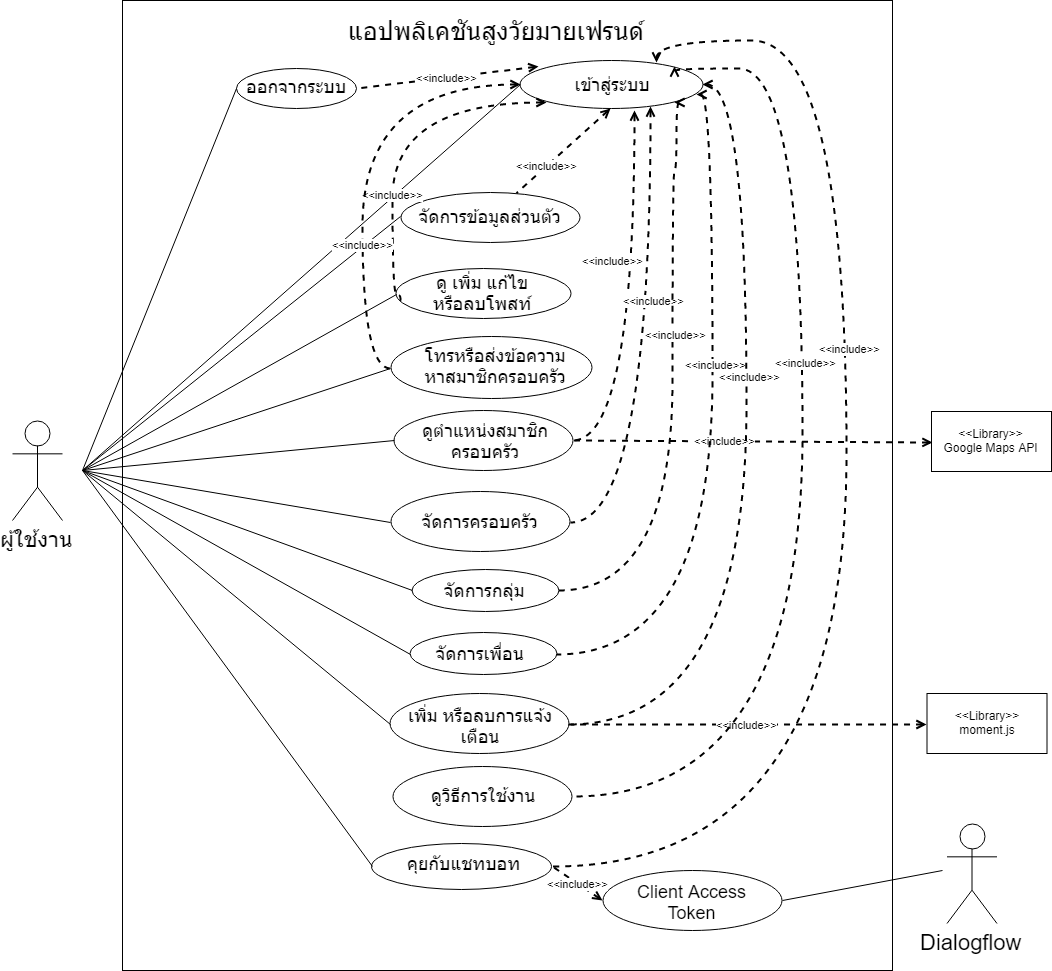
Before: Document/Latex/Figures/3/Usecase/Usecase.png, a diagram exported from draw.io (Inwfour/Latex). Source tidied: cells renumbered, new cells last; positions are measured from the earlier drawing's top-left corner, leaving out a move shared by most shapes.
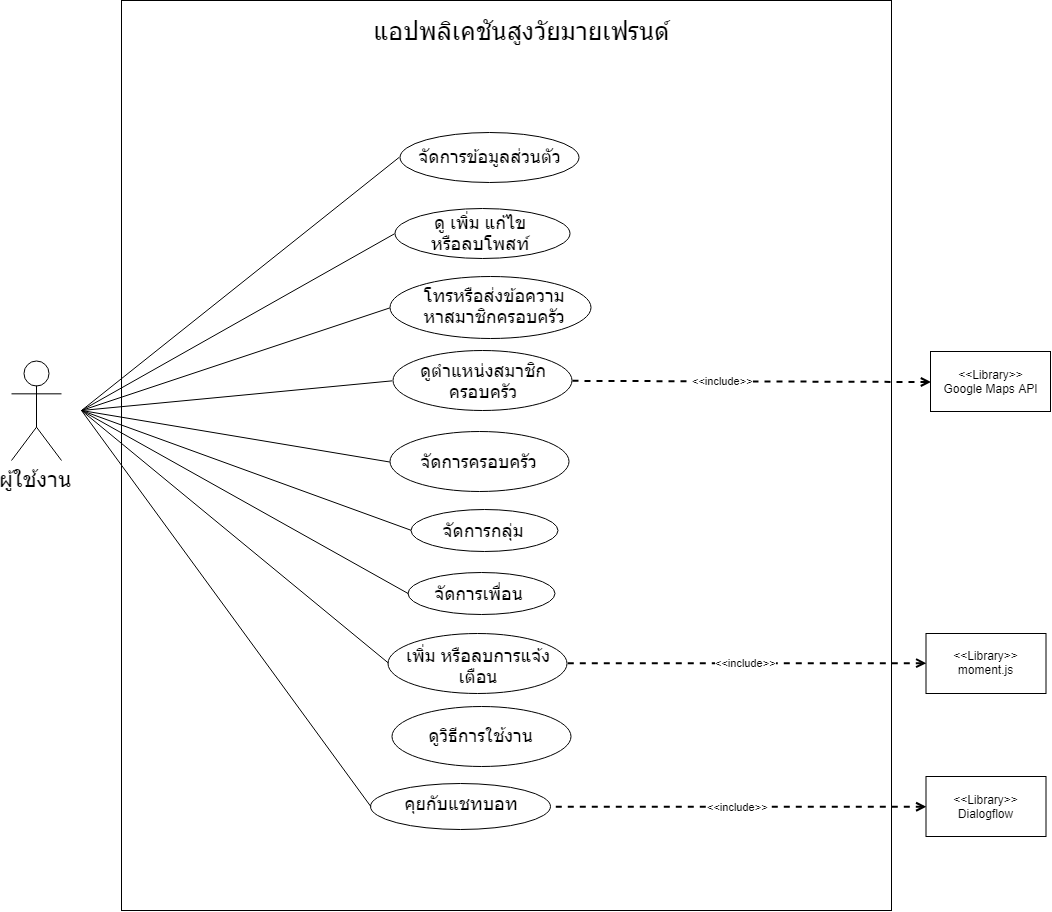
After the change.

Change to the diagram source:
```diff
@@ -3,24 +3,13 @@
     <mxCell id="0" />
     <mxCell id="1" parent="0" />
     <mxCell id="2" style="rounded=0;whiteSpace=wrap;html=1;" parent="1" vertex="1">
-      <mxGeometry x="110" width="770" height="970" as="geometry" />
+      <mxGeometry x="110" y="60" width="770" height="910" as="geometry" />
     </mxCell>
     <mxCell id="3" value="&lt;font style=&quot;font-size: 22px&quot;&gt;ผู้ใช้งาน&lt;/font&gt;" style="shape=umlActor;verticalLabelPosition=bottom;labelBackgroundColor=#ffffff;verticalAlign=top;html=1;" parent="1" vertex="1">
       <mxGeometry y="420" width="50" height="100" as="geometry" />
     </mxCell>
-    <mxCell id="4" style="ellipse;whiteSpace=wrap;html=1;" parent="1" vertex="1">
-      <mxGeometry x="507" y="60" width="183" height="48" as="geometry" />
-    </mxCell>
-    <mxCell id="5" value="&lt;font style=&quot;font-size: 18px&quot;&gt;เข้าสู่ระบบ&lt;/font&gt;" style="text;html=1;strokeColor=none;fillColor=none;align=center;verticalAlign=middle;whiteSpace=wrap;rounded=0;" parent="1" vertex="1">
-      <mxGeometry x="557" y="74" width="86" height="20" as="geometry" />
-    </mxCell>
-    <mxCell id="6" style="endArrow=none;html=1;entryX=0;entryY=0.5;entryDx=0;entryDy=0;" parent="1" edge="1" target="4">
-      <mxGeometry relative="1" as="geometry">
-        <mxPoint x="70" y="470" as="sourcePoint" />
-      </mxGeometry>
-    </mxCell>
     <mxCell id="7" value="&lt;font style=&quot;font-size: 25px&quot;&gt;แอปพลิเคชันสูงวัยมายเฟรนด์&lt;/font&gt;" style="text;html=1;strokeColor=none;fillColor=none;align=center;verticalAlign=middle;whiteSpace=wrap;rounded=0;" parent="1" vertex="1">
-      <mxGeometry x="328" y="20" width="310" height="20" as="geometry" />
+      <mxGeometry x="355.5" y="80" width="310" height="20" as="geometry" />
     </mxCell>
     <mxCell id="8" style="ellipse;whiteSpace=wrap;html=1;" parent="1" vertex="1">
       <mxGeometry x="388" y="191.5" width="179" height="50" as="geometry" />
@@ -33,20 +22,6 @@
         <mxPoint x="70" y="470" as="sourcePoint" />
       </mxGeometry>
     </mxCell>
-    <mxCell id="11" style="ellipse;whiteSpace=wrap;html=1;" parent="1" vertex="1">
-      <mxGeometry x="224" y="68" width="120" height="40" as="geometry" />
-    </mxCell>
-    <mxCell id="12" value="&lt;font style=&quot;font-size: 18px&quot;&gt;ออกจากระบบ&lt;/font&gt;" style="text;html=1;strokeColor=none;fillColor=none;align=center;verticalAlign=middle;whiteSpace=wrap;rounded=0;" parent="1" vertex="1">
-      <mxGeometry x="203" y="76" width="160" height="20" as="geometry" />
-    </mxCell>
-    <mxCell id="13" style="endArrow=none;html=1;entryX=0;entryY=0.5;entryDx=0;entryDy=0;" parent="1" edge="1" target="11">
-      <mxGeometry relative="1" as="geometry">
-        <mxPoint x="70" y="470" as="sourcePoint" />
-      </mxGeometry>
-    </mxCell>
-    <mxCell id="14" value="&amp;lt;&amp;lt;include&amp;gt;&amp;gt;" style="endArrow=none;endSize=16;endFill=0;html=1;strokeWidth=2;dashed=1;entryX=1;entryY=0.5;entryDx=0;entryDy=0;exitX=0.108;exitY=0.117;exitDx=0;exitDy=0;startArrow=open;startFill=0;exitPerimeter=0;" parent="1" edge="1" source="4" target="11">
-      <mxGeometry relative="1" as="geometry" />
-    </mxCell>
     <mxCell id="15" style="ellipse;whiteSpace=wrap;html=1;" parent="1" vertex="1">
       <mxGeometry x="383" y="268" width="175" height="50" as="geometry" />
     </mxCell>
@@ -75,23 +50,6 @@
     <mxCell id="22" value="&lt;font style=&quot;font-size: 18px&quot;&gt;ดูตำแหน่งสมาชิกครอบครัว&lt;/font&gt;" style="text;html=1;strokeColor=none;fillColor=none;align=center;verticalAlign=middle;whiteSpace=wrap;rounded=0;" parent="1" vertex="1">
       <mxGeometry x="394.5" y="431" width="156" height="20" as="geometry" />
     </mxCell>
-    <mxCell id="23" value="&lt;font style=&quot;font-size: 22px&quot;&gt;Dialogflow&lt;/font&gt;" style="shape=umlActor;verticalLabelPosition=bottom;labelBackgroundColor=#ffffff;verticalAlign=top;html=1;" parent="1" vertex="1">
-      <mxGeometry x="934.5" y="823" width="50" height="100" as="geometry" />
-    </mxCell>
-    <mxCell id="24" style="ellipse;whiteSpace=wrap;html=1;" parent="1" vertex="1">
-      <mxGeometry x="590" y="870" width="179" height="60" as="geometry" />
-    </mxCell>
-    <mxCell id="25" value="&lt;font style=&quot;font-size: 18px&quot;&gt;Client Access Token&lt;/font&gt;" style="text;html=1;strokeColor=none;fillColor=none;align=center;verticalAlign=middle;whiteSpace=wrap;rounded=0;" parent="1" vertex="1">
-      <mxGeometry x="610" y="891.5" width="139" height="20" as="geometry" />
-    </mxCell>
-    <mxCell id="26" value="&amp;lt;&amp;lt;include&amp;gt;&amp;gt;" style="endArrow=none;endSize=16;endFill=0;html=1;strokeWidth=2;dashed=1;entryX=1;entryY=0.5;entryDx=0;entryDy=0;exitX=0;exitY=0.5;exitDx=0;exitDy=0;startArrow=open;startFill=0;" parent="1" edge="1" source="24" target="18">
-      <mxGeometry relative="1" as="geometry" />
-    </mxCell>
-    <mxCell id="27" style="endArrow=none;html=1;strokeWidth=1;exitX=1;exitY=0.5;exitDx=0;exitDy=0;" parent="1" edge="1" source="24">
-      <mxGeometry relative="1" as="geometry">
-        <mxPoint x="930" y="870" as="targetPoint" />
-      </mxGeometry>
-    </mxCell>
     <mxCell id="28" style="ellipse;whiteSpace=wrap;html=1;" parent="1" vertex="1">
       <mxGeometry x="378" y="491" width="179" height="60" as="geometry" />
     </mxCell>
@@ -161,84 +119,6 @@
     <mxCell id="48" value="&lt;span style=&quot;font-size: 18px&quot;&gt;ดูวิธีการใช้งาน&lt;/span&gt;" style="text;html=1;strokeColor=none;fillColor=none;align=center;verticalAlign=middle;whiteSpace=wrap;rounded=0;" parent="1" vertex="1">
       <mxGeometry x="391.5" y="785" width="156" height="20" as="geometry" />
     </mxCell>
-    <mxCell id="49" value="&amp;lt;&amp;lt;include&amp;gt;&amp;gt;" style="endArrow=none;endSize=16;endFill=0;html=1;strokeWidth=2;dashed=1;startArrow=open;startFill=0;exitX=0.5;exitY=1;exitDx=0;exitDy=0;" parent="1" edge="1" source="4" target="8">
-      <mxGeometry x="0.35" relative="1" as="geometry" />
-    </mxCell>
-    <mxCell id="50" value="&amp;lt;&amp;lt;include&amp;gt;&amp;gt;" style="endArrow=none;endSize=16;endFill=0;html=1;strokeWidth=2;dashed=1;startArrow=open;startFill=0;edgeStyle=orthogonalEdgeStyle;curved=1;entryX=0.021;entryY=0.671;entryDx=0;entryDy=0;entryPerimeter=0;exitX=0;exitY=1;exitDx=0;exitDy=0;" parent="1" edge="1" source="4" target="15">
-      <mxGeometry x="0.35" relative="1" as="geometry">
-        <Array as="points">
-          <mxPoint x="380" y="101" />
-          <mxPoint x="380" y="293" />
-          <mxPoint x="387" y="293" />
-        </Array>
-      </mxGeometry>
-    </mxCell>
-    <mxCell id="51" value="&amp;lt;&amp;lt;include&amp;gt;&amp;gt;" style="endArrow=none;endSize=16;endFill=0;html=1;strokeWidth=2;dashed=1;startArrow=open;startFill=0;edgeStyle=orthogonalEdgeStyle;entryX=0;entryY=0.5;entryDx=0;entryDy=0;elbow=vertical;curved=1;exitX=0;exitY=0.5;exitDx=0;exitDy=0;" parent="1" edge="1" source="4" target="44">
-      <mxGeometry x="0.35" relative="1" as="geometry">
-        <Array as="points">
-          <mxPoint x="350" y="84" />
-          <mxPoint x="350" y="367" />
-        </Array>
-      </mxGeometry>
-    </mxCell>
-    <mxCell id="52" value="&amp;lt;&amp;lt;include&amp;gt;&amp;gt;" style="endArrow=none;endSize=16;endFill=0;html=1;strokeWidth=2;dashed=1;startArrow=open;startFill=0;edgeStyle=orthogonalEdgeStyle;curved=1;" parent="1" edge="1">
-      <mxGeometry x="0.79" y="-180" relative="1" as="geometry">
-        <mxPoint x="621" y="109" as="sourcePoint" />
-        <mxPoint x="560" y="440" as="targetPoint" />
-        <Array as="points">
-          <mxPoint x="621" y="440" />
-        </Array>
-      </mxGeometry>
-    </mxCell>
-    <mxCell id="53" value="&amp;lt;&amp;lt;include&amp;gt;&amp;gt;" style="endArrow=none;endSize=16;endFill=0;html=1;strokeWidth=2;dashed=1;startArrow=open;startFill=0;edgeStyle=orthogonalEdgeStyle;curved=1;entryX=1;entryY=0.5;entryDx=0;entryDy=0;exitX=0.711;exitY=0.961;exitDx=0;exitDy=0;exitPerimeter=0;" parent="1" edge="1" source="4" target="28">
-      <mxGeometry x="-0.22" y="3" relative="1" as="geometry">
-        <Array as="points">
-          <mxPoint x="637" y="521" />
-        </Array>
-      </mxGeometry>
-    </mxCell>
-    <mxCell id="54" value="&amp;lt;&amp;lt;include&amp;gt;&amp;gt;" style="endArrow=none;endSize=16;endFill=0;html=1;strokeWidth=2;dashed=1;startArrow=open;startFill=0;edgeStyle=orthogonalEdgeStyle;curved=1;exitX=1;exitY=1;exitDx=0;exitDy=0;" parent="1" edge="1" source="4" target="32">
-      <mxGeometry x="-0.22" y="3" relative="1" as="geometry">
-        <Array as="points">
-          <mxPoint x="664" y="170" />
-          <mxPoint x="660" y="170" />
-          <mxPoint x="660" y="590" />
-        </Array>
-      </mxGeometry>
-    </mxCell>
-    <mxCell id="55" value="&amp;lt;&amp;lt;include&amp;gt;&amp;gt;" style="endArrow=none;endSize=16;endFill=0;html=1;strokeWidth=2;dashed=1;startArrow=open;startFill=0;edgeStyle=orthogonalEdgeStyle;curved=1;entryX=1;entryY=0.5;entryDx=0;entryDy=0;exitX=0.964;exitY=0.697;exitDx=0;exitDy=0;exitPerimeter=0;" parent="1" edge="1" source="4" target="34">
-      <mxGeometry x="-0.22" y="3" relative="1" as="geometry">
-        <Array as="points">
-          <mxPoint x="700" y="93" />
-          <mxPoint x="700" y="653" />
-        </Array>
-      </mxGeometry>
-    </mxCell>
-    <mxCell id="56" value="&amp;lt;&amp;lt;include&amp;gt;&amp;gt;" style="endArrow=none;endSize=16;endFill=0;html=1;strokeWidth=2;dashed=1;startArrow=open;startFill=0;edgeStyle=orthogonalEdgeStyle;curved=1;entryX=1;entryY=0.5;entryDx=0;entryDy=0;exitX=1;exitY=0.5;exitDx=0;exitDy=0;" parent="1" edge="1" source="4" target="36">
-      <mxGeometry x="-0.22" y="3" relative="1" as="geometry">
-        <Array as="points">
-          <mxPoint x="734" y="84" />
-          <mxPoint x="734" y="723" />
-        </Array>
-      </mxGeometry>
-    </mxCell>
-    <mxCell id="57" value="&amp;lt;&amp;lt;include&amp;gt;&amp;gt;" style="endArrow=none;endSize=16;endFill=0;html=1;strokeWidth=2;dashed=1;startArrow=open;startFill=0;edgeStyle=orthogonalEdgeStyle;curved=1;entryX=1;entryY=0.5;entryDx=0;entryDy=0;exitX=1;exitY=0;exitDx=0;exitDy=0;" parent="1" edge="1" source="4" target="47">
-      <mxGeometry x="-0.22" y="3" relative="1" as="geometry">
-        <Array as="points">
-          <mxPoint x="789" y="68" />
-          <mxPoint x="789" y="796" />
-        </Array>
-      </mxGeometry>
-    </mxCell>
-    <mxCell id="58" value="&amp;lt;&amp;lt;include&amp;gt;&amp;gt;" style="endArrow=none;endSize=16;endFill=0;html=1;strokeWidth=2;dashed=1;startArrow=open;startFill=0;edgeStyle=orthogonalEdgeStyle;curved=1;entryX=1;entryY=0.5;entryDx=0;entryDy=0;exitX=0.75;exitY=0.021;exitDx=0;exitDy=0;exitPerimeter=0;" parent="1" edge="1" source="4" target="18">
-      <mxGeometry x="-0.22" y="3" relative="1" as="geometry">
-        <Array as="points">
-          <mxPoint x="644" y="40" />
-          <mxPoint x="834" y="40" />
-          <mxPoint x="834" y="866" />
-        </Array>
-      </mxGeometry>
-    </mxCell>
     <mxCell id="59" style="endArrow=none;html=1;entryX=0;entryY=0.5;entryDx=0;entryDy=0;" parent="1" edge="1" target="32">
       <mxGeometry relative="1" as="geometry">
         <mxPoint x="70" y="470" as="sourcePoint" />
@@ -254,5 +134,14 @@
         <mxPoint x="70" y="470" as="sourcePoint" />
       </mxGeometry>
     </mxCell>
+    <mxCell id="62" value="&amp;lt;&amp;lt;include&amp;gt;&amp;gt;" style="endArrow=none;endSize=16;endFill=0;html=1;strokeWidth=2;dashed=1;entryX=1;entryY=0.5;entryDx=0;entryDy=0;startArrow=open;startFill=0;exitX=0;exitY=0.5;exitDx=0;exitDy=0;" parent="1" edge="1" source="63" target="18">
+      <mxGeometry relative="1" as="geometry" />
+    </mxCell>
+    <mxCell id="63" style="rounded=0;whiteSpace=wrap;html=1;" parent="1" vertex="1">
+      <mxGeometry x="914.5" y="836" width="120" height="60" as="geometry" />
+    </mxCell>
+    <mxCell id="64" value="&lt;span&gt;&amp;lt;&amp;lt;Library&amp;gt;&amp;gt;&lt;br&gt;Dialogflow&lt;br&gt;&lt;/span&gt;" style="text;html=1;strokeColor=none;fillColor=none;align=center;verticalAlign=middle;whiteSpace=wrap;rounded=0;" parent="1" vertex="1">
+      <mxGeometry x="928" y="855" width="92" height="20" as="geometry" />
+    </mxCell>
   </root>
 </mxGraphModel>
```
